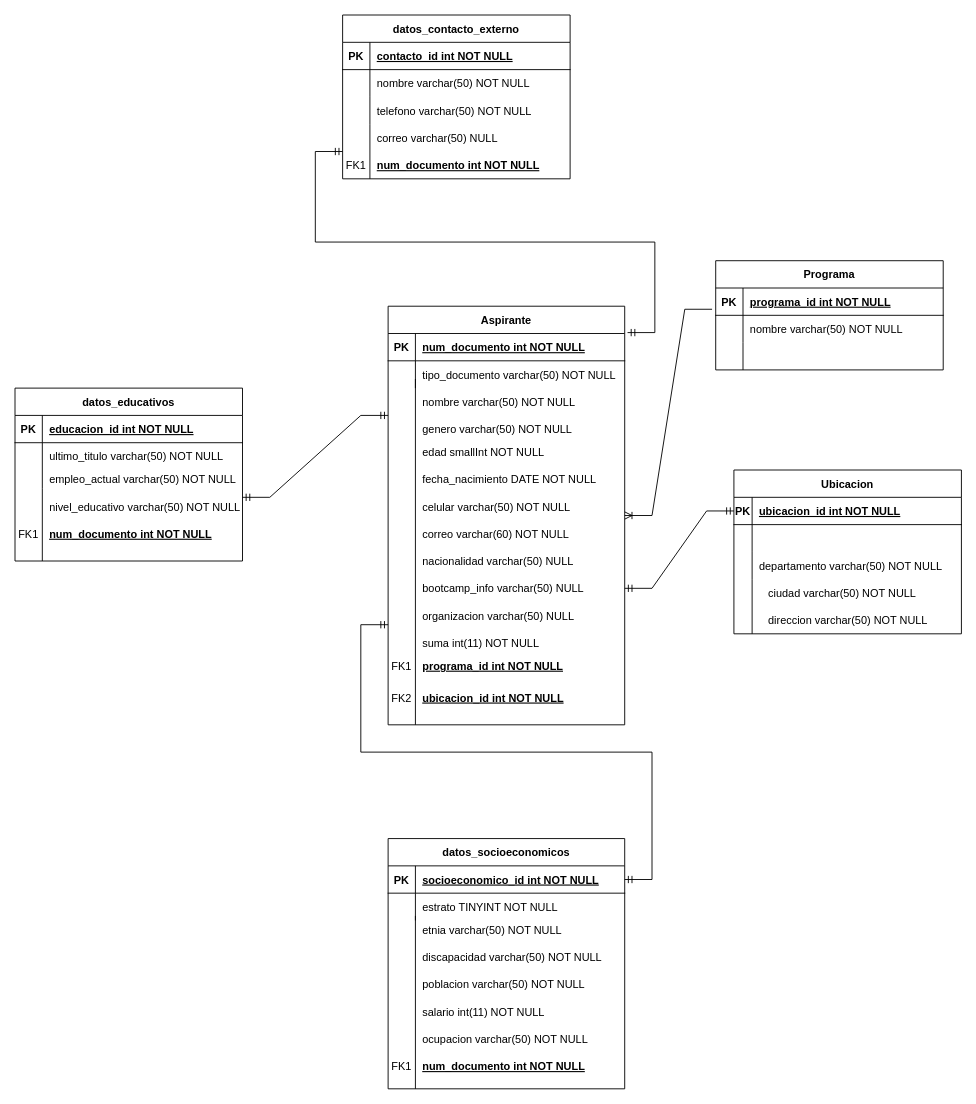
Mate4o25032006/backendProject keeps this draw.io diagram as Diagramas/Diagrama ER.drawio. Above is the earlier version. Source tidied: cells renumbered, new cells numbered last; positions are measured from the earlier drawing's top-left corner, leaving out a move shared by most shapes. Both pictures are drawn from the tidied source at 91%, with x=0, y=0 at pixel (15, 15).
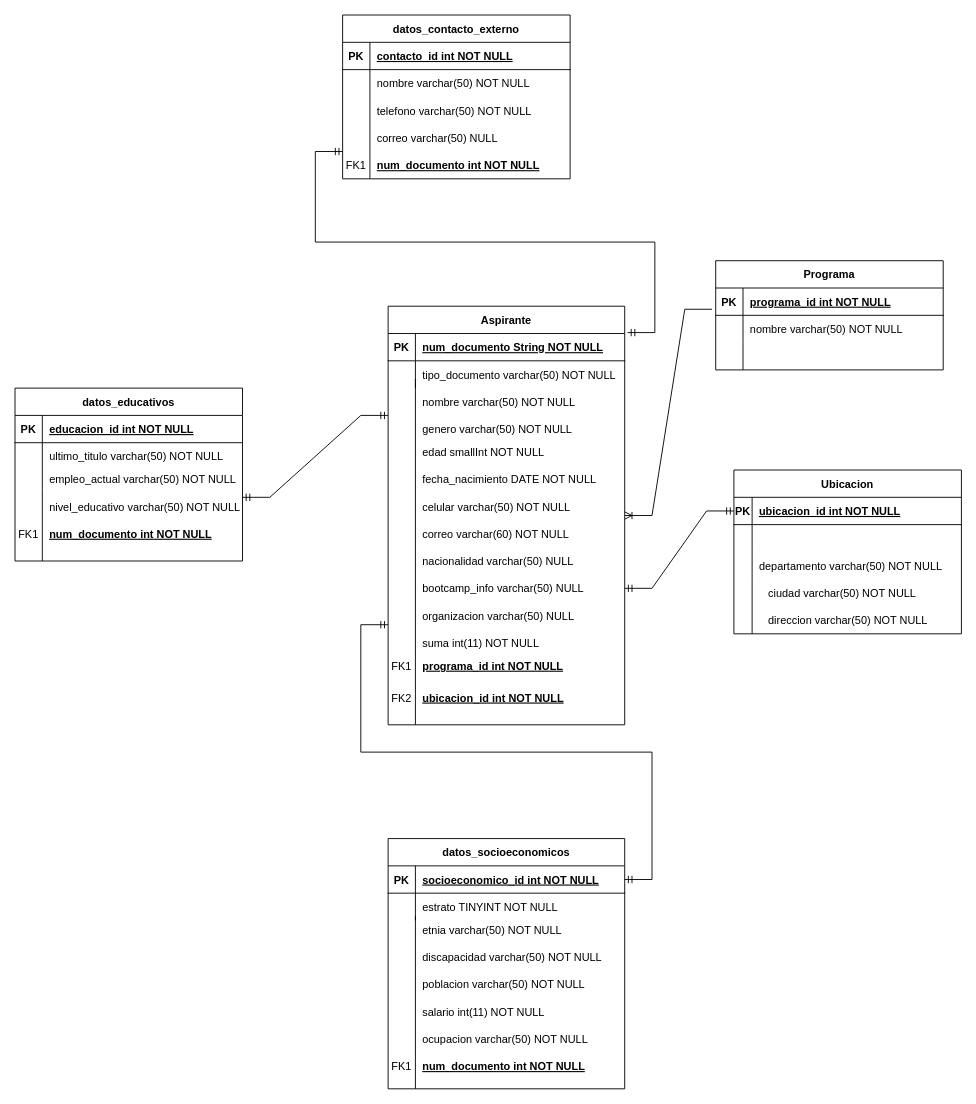
Above is the later version.

Commit message (it also covers changes not shown here):
Add: Se realiza Conexión con base de datos y se crea entidad 'Aspirante' Update: Se modifica diagrama.

Unchanged cells that the change refers to:
```xml
<mxCell id="13" style="shape=partialRectangle;fillColor=none;top=0;left=0;right=0;bottom=1;" parent="12" vertex="1">
  <mxGeometry y="30" width="260" height="30" as="geometry" />
</mxCell>
```

Diff of the diagram source:
```diff
@@
-    <mxCell id="15" value="num_documento int NOT NULL " style="shape=partialRectangle;overflow=hidden;fillColor=none;top=0;left=0;bottom=0;right=0;align=left;spacingLeft=6;fontStyle=5;" parent="13" vertex="1">
+    <mxCell id="15" value="num_documento String NOT NULL " style="shape=partialRectangle;overflow=hidden;fillColor=none;top=0;left=0;bottom=0;right=0;align=left;spacingLeft=6;fontStyle=5;" parent="13" vertex="1">
       <mxGeometry x="30" width="230" height="30" as="geometry" />
     </mxCell>
```
